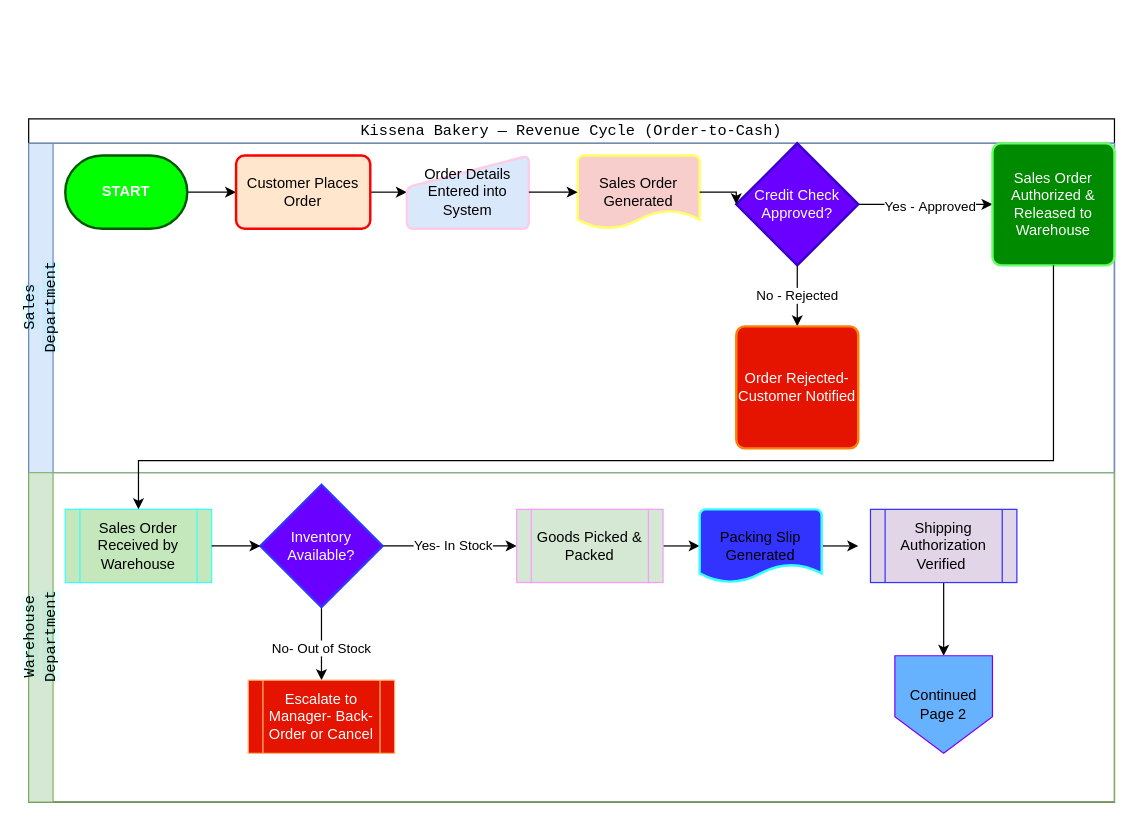
Before: page "Page-1" (1 of 2) of Revenue_Cycle_Controls.drawio in haydn3355/drawio, a draw.io diagram. Source tidied: cells renumbered, new cells numbered last; positions are measured from the earlier drawing's top-left corner, leaving out a move shared by most shapes. Both pictures are drawn from the tidied source at 122%, with x=0, y=0 at pixel (28, 118).
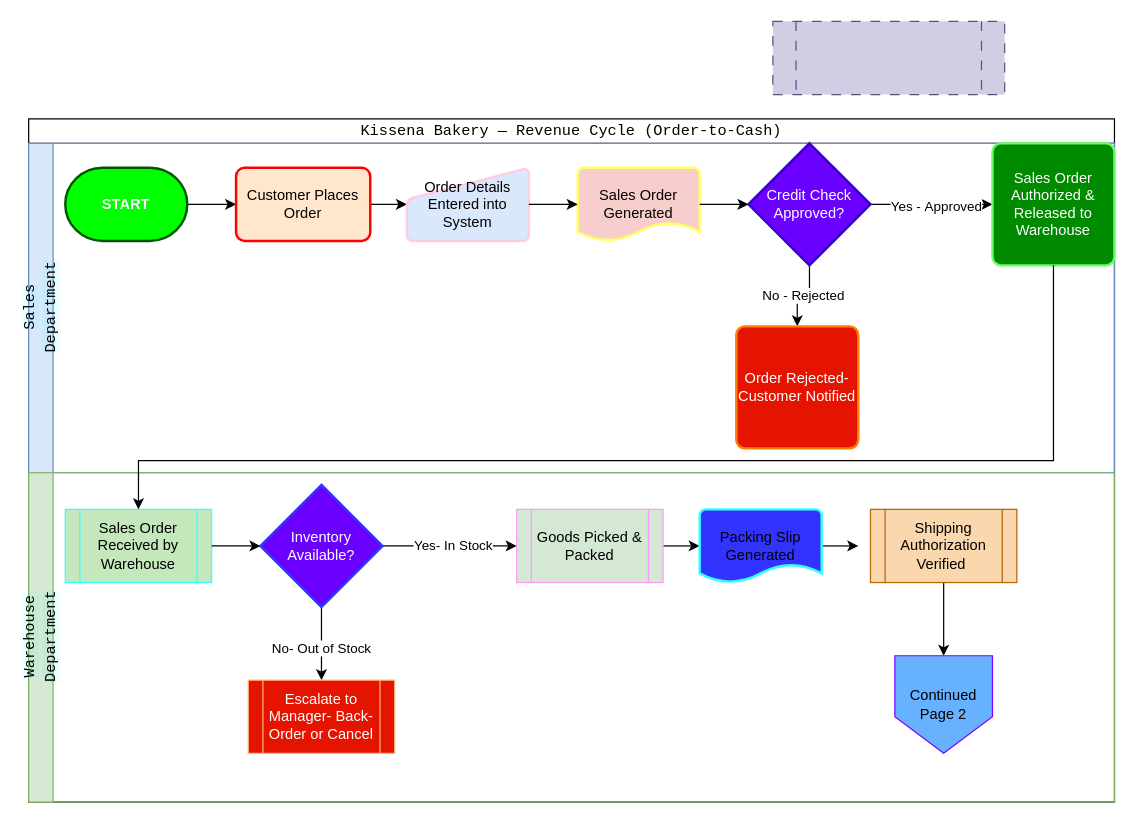
The same page after the edit.

The change refers to these unchanged cells:
```xml
<mxCell id="3" value="&lt;span style=&quot;font-family: &amp;quot;Share Tech Mono&amp;quot;, monospace; font-size: 12.512px; font-weight: 400; text-align: start; text-wrap-mode: wrap; background-color: rgba(0, 245, 255, 0.08);&quot;&gt;&lt;font style=&quot;color: rgb(0, 0, 0);&quot;&gt;Sales Department&lt;/font&gt;&lt;/span&gt;" style="swimlane;html=1;startSize=20;horizontal=0;fillColor=#dae8fc;strokeColor=#6c8ebf;" parent="2" vertex="1">
  <mxGeometry y="20" width="890" height="270" as="geometry" />
</mxCell>
<mxCell id="18" value="&lt;span style=&quot;font-family: &amp;quot;Share Tech Mono&amp;quot;, monospace; font-size: 12.512px; font-weight: 400; text-align: start; text-wrap-mode: wrap; background-color: rgba(0, 245, 255, 0.08);&quot;&gt;&lt;font style=&quot;color: rgb(0, 0, 0);&quot;&gt;Warehouse Department&lt;/font&gt;&lt;/span&gt;" style="swimlane;html=1;startSize=20;horizontal=0;fillColor=#d5e8d4;strokeColor=#82b366;" parent="2" vertex="1">
  <mxGeometry y="290" width="890" height="270" as="geometry" />
</mxCell>
```

Diff of the diagram source:
```diff
@@
     <mxCell id="5" value="&lt;b&gt;START&lt;/b&gt;" style="strokeWidth=2;html=1;shape=mxgraph.flowchart.terminator;whiteSpace=wrap;fillColor=#00FF00;strokeColor=#005700;fontColor=#ffffff;" parent="3" vertex="1">
-      <mxGeometry x="30" y="10" width="100" height="60" as="geometry" />
+      <mxGeometry x="30" y="20" width="100" height="60" as="geometry" />
     </mxCell>
@@
     <mxCell id="7" value="Customer Places Order" style="rounded=1;whiteSpace=wrap;html=1;absoluteArcSize=1;arcSize=14;strokeWidth=2;fillColor=#ffe6cc;strokeColor=#FF0000;" parent="3" vertex="1">
-      <mxGeometry x="170" y="10" width="110" height="60" as="geometry" />
+      <mxGeometry x="170" y="20" width="110" height="60" as="geometry" />
     </mxCell>
     <mxCell id="8" value="&lt;font&gt;Order Details Entered into System&lt;/font&gt;" style="html=1;strokeWidth=2;shape=manualInput;whiteSpace=wrap;rounded=1;size=26;arcSize=11;fillColor=#dae8fc;strokeColor=#FFCCE6;" parent="3" vertex="1">
-      <mxGeometry x="310" y="10" width="100" height="60" as="geometry" />
+      <mxGeometry x="310" y="20" width="100" height="60" as="geometry" />
     </mxCell>
     <mxCell id="9" value="Sales Order Generated" style="strokeWidth=2;html=1;shape=mxgraph.flowchart.document2;whiteSpace=wrap;size=0.25;fillColor=#f8cecc;strokeColor=#FFFF66;" parent="3" vertex="1">
-      <mxGeometry x="450" y="10" width="100" height="60" as="geometry" />
+      <mxGeometry x="450" y="20" width="100" height="60" as="geometry" />
     </mxCell>
@@
     <mxCell id="14" value="Credit Check Approved?" style="strokeWidth=2;html=1;shape=mxgraph.flowchart.decision;whiteSpace=wrap;fillColor=#6a00ff;fontColor=#ffffff;strokeColor=#3700CC;" parent="3" vertex="1">
-      <mxGeometry x="580" width="100" height="100" as="geometry" />
+      <mxGeometry x="590" width="100" height="100" as="geometry" />
     </mxCell>
@@
-    <mxCell id="32" value="Shipping Authorization Verified&amp;nbsp;" style="shape=process;whiteSpace=wrap;html=1;backgroundOutline=1;fillColor=#e1d5e7;strokeColor=#3333FF;" parent="18" vertex="1">
+    <mxCell id="32" value="Shipping Authorization Verified&amp;nbsp;" style="shape=process;whiteSpace=wrap;html=1;backgroundOutline=1;fillColor=#fad7ac;strokeColor=#b46504;" parent="18" vertex="1">
       <mxGeometry x="690" y="30" width="120" height="60" as="geometry" />
     </mxCell>
@@
+    <mxCell id="35" style="shape=process;whiteSpace=wrap;html=1;backgroundOutline=1;dashed=1;dashPattern=8 8;fillColor=#d0cee2;strokeColor=#56517e;fontStyle=2;fontSize=10;" parent="1" vertex="1">
+      <mxGeometry x="610" y="-80" width="190" height="60" as="geometry" />
+    </mxCell>
```
